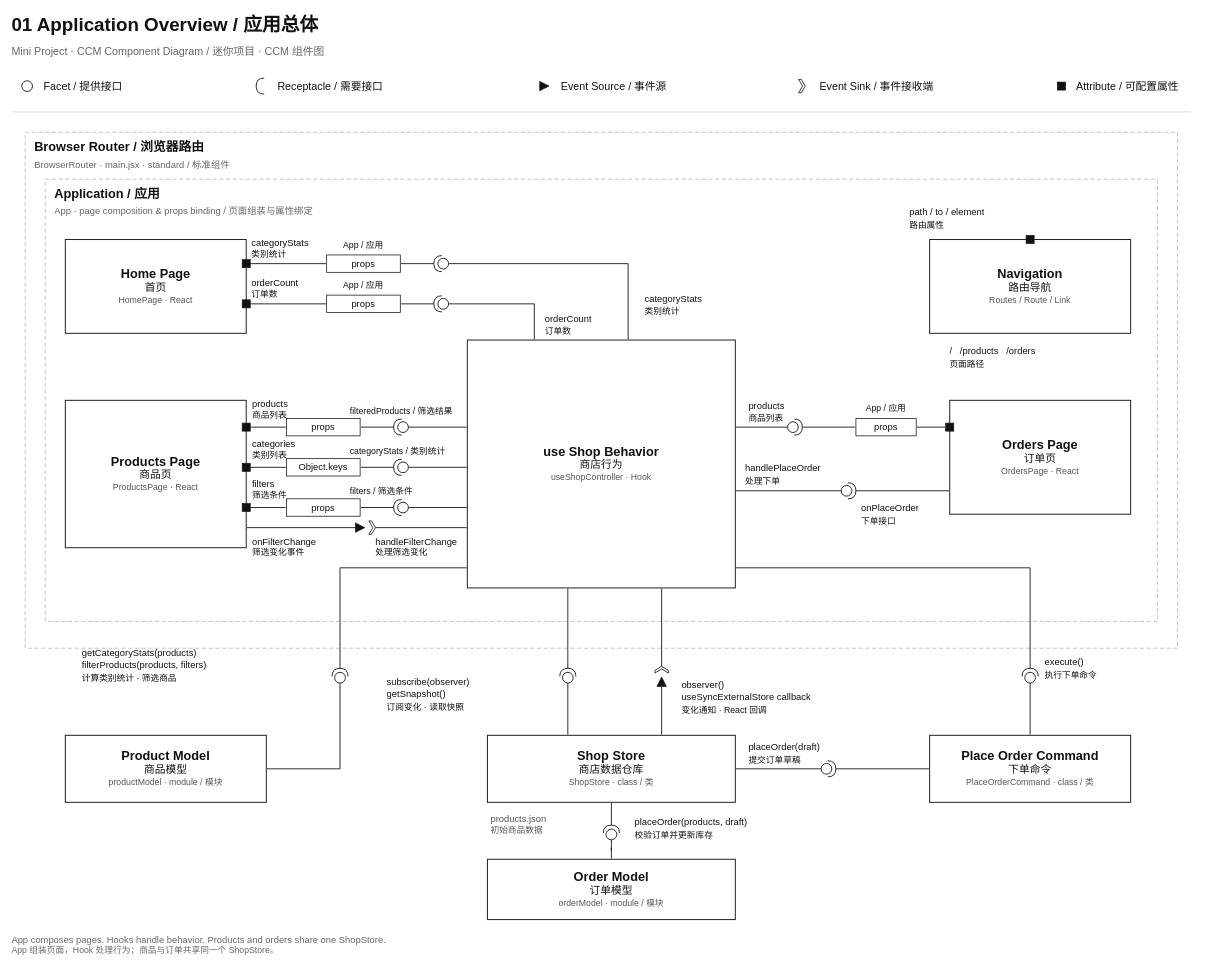
This is page "01 Overview · 应用总体" (1 of 3) of developpement-front/demo/mini-project/diagrams/mini-project-components.drawio from Kant-Righteous/MIAGE-M2-IPM, a draw.io file, before an edit. Source tidied: cells renumbered, new cells numbered last; positions are measured from the earlier drawing's top-left corner, leaving out a move shared by most shapes. Both pictures are drawn from the tidied source at 67%, with x=0, y=0 at pixel (11, 11).
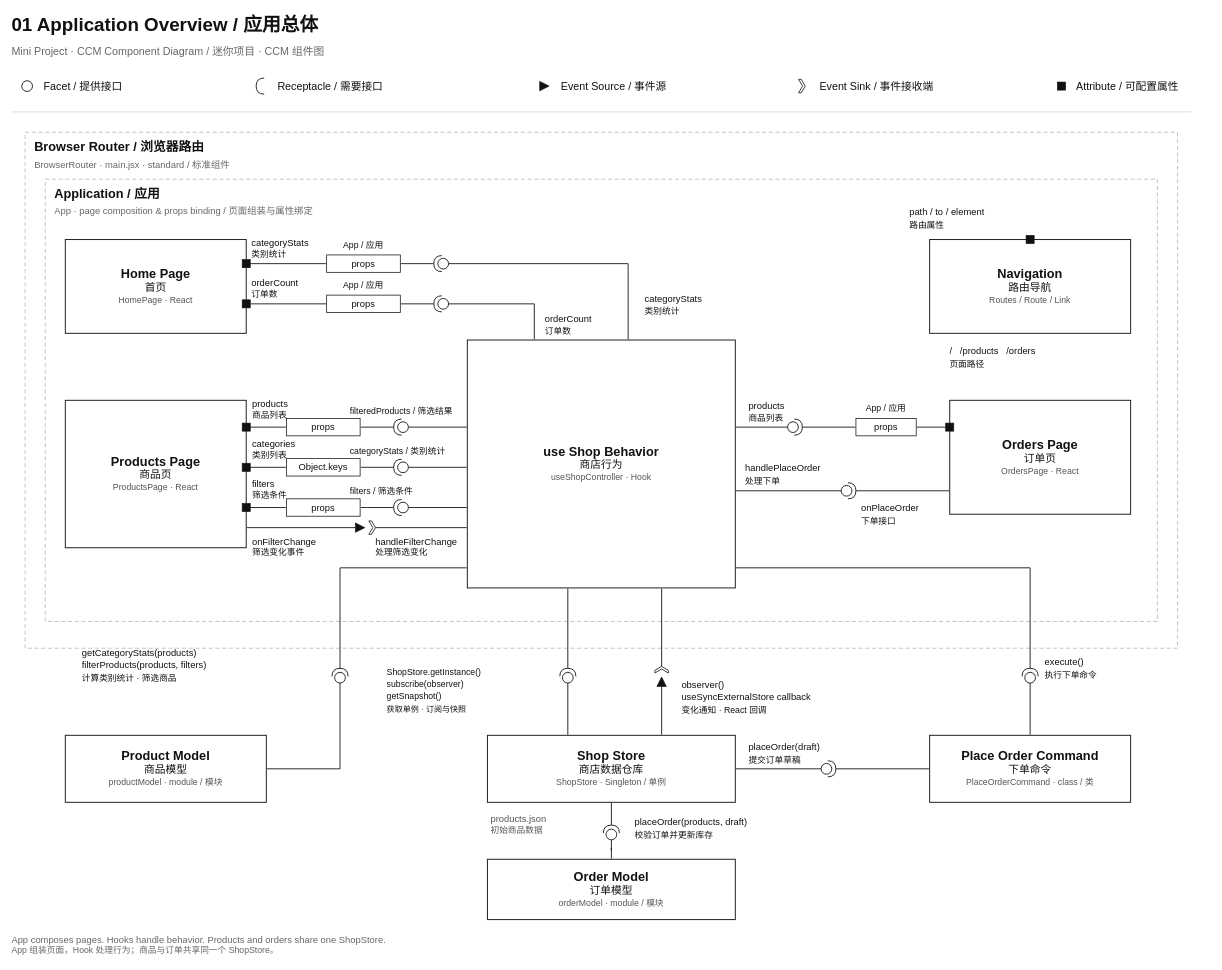
The same diagram, later.

What changed in the source:
```diff
@@
-    <mxCell id="128" value="&lt;div style=&quot;line-height:1.15&quot;&gt;&lt;b style=&quot;font-size:19px&quot;&gt;Shop Store&lt;/b&gt;&lt;br&gt;&lt;span style=&quot;font-size:16px&quot;&gt;商店数据仓库&lt;/span&gt;&lt;br&gt;&lt;span style=&quot;font-size:13px;color:#555555&quot;&gt;ShopStore · class / 类&lt;/span&gt;&lt;/div&gt;" style="html=1;fontFamily=Microsoft YaHei;fontSize=16;fontColor=#111111;rounded=0;strokeColor=#222222;strokeWidth=1.5;fillColor=#ffffff;align=center;verticalAlign=middle;whiteSpace=wrap;spacing=8;" parent="1" vertex="1">
+    <mxCell id="128" value="&lt;div style=&quot;line-height:1.15&quot;&gt;&lt;b style=&quot;font-size:19px&quot;&gt;Shop Store&lt;/b&gt;&lt;br&gt;&lt;span style=&quot;font-size:16px&quot;&gt;商店数据仓库&lt;/span&gt;&lt;br&gt;&lt;span style=&quot;font-size:13px;color:#555555&quot;&gt;ShopStore · Singleton / 单例&lt;/span&gt;&lt;/div&gt;" style="html=1;fontFamily=Microsoft YaHei;fontSize=16;fontColor=#111111;rounded=0;strokeColor=#222222;strokeWidth=1.5;fillColor=#ffffff;align=center;verticalAlign=middle;whiteSpace=wrap;spacing=8;" parent="1" vertex="1">
       <mxGeometry x="710" y="1080" width="370" height="100" as="geometry" />
     </mxCell>
@@
-    <mxCell id="146" value="&lt;div style=&quot;line-height:1.15&quot;&gt;&lt;span style=&quot;font-size:14px&quot;&gt;subscribe(observer)&lt;br&gt;getSnapshot()&lt;/span&gt;&lt;br&gt;&lt;span style=&quot;font-size:13px&quot;&gt;订阅变化 · 读取快照&lt;/span&gt;&lt;/div&gt;" style="html=1;fontFamily=Microsoft YaHei;fontSize=16;fontColor=#111111;text;strokeColor=none;fillColor=none;align=left;verticalAlign=middle;whiteSpace=wrap;overflow=hidden;spacing=0;fontSize=16;fontStyle=0;fontColor=#111111;" parent="1" vertex="1">
-      <mxGeometry x="560" y="989.5" width="240" height="59" as="geometry" />
+    <mxCell id="146" value="&lt;div style=&quot;line-height:1.15&quot;&gt;&lt;span style=&quot;font-size:13px&quot;&gt;ShopStore.getInstance()&lt;br&gt;subscribe(observer)&lt;br&gt;getSnapshot()&lt;/span&gt;&lt;br&gt;&lt;span style=&quot;font-size:12px&quot;&gt;获取单例 · 订阅与快照&lt;/span&gt;&lt;/div&gt;" style="html=1;fontFamily=Microsoft YaHei;fontSize=16;fontColor=#111111;text;strokeColor=none;fillColor=none;align=left;verticalAlign=middle;whiteSpace=wrap;overflow=hidden;spacing=0;fontSize=16;fontStyle=0;fontColor=#111111;" parent="1" vertex="1">
+      <mxGeometry x="560" y="970" width="240" height="84" as="geometry" />
     </mxCell>
```
